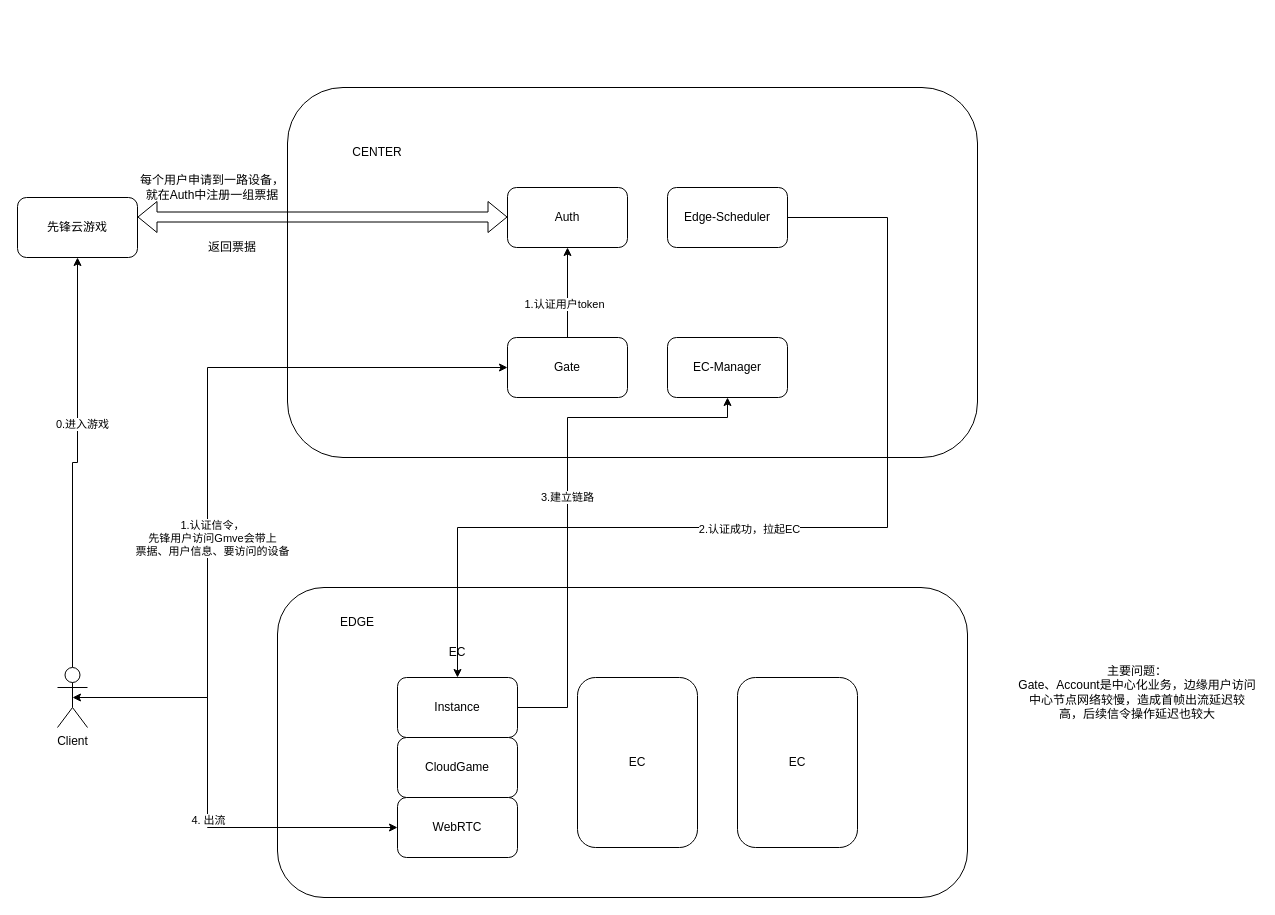
Before: 云游戏架构.drawio in furick/design, a draw.io diagram. Source tidied: cells renumbered, new cells numbered last; positions are measured from the earlier drawing's top-left corner, leaving out a move shared by most shapes. Both pictures are drawn from the tidied source at 100%, with x=0, y=0 at pixel (17, 87).
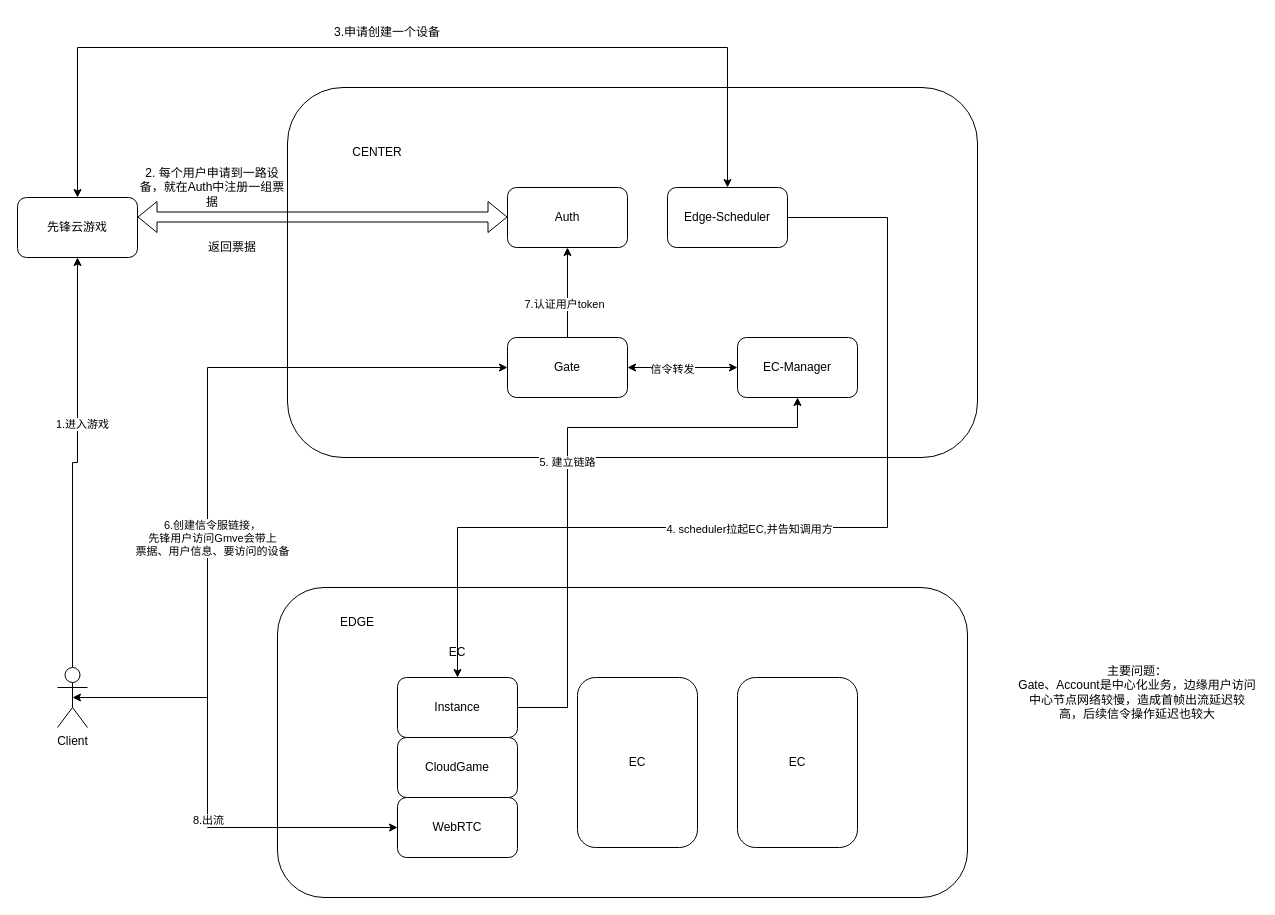
Above is the later version.

Commit message:
更新云游戏架构.drawio

The change refers to these unchanged cells:
```xml
<mxCell id="5" style="edgeStyle=orthogonalEdgeStyle;rounded=0;jettySize=auto;html=1;exitX=1;exitY=0.5;exitDx=0;exitDy=0;entryX=0.5;entryY=0;entryDx=0;entryDy=0;" parent="1" edge="1" source="7" target="14">
  <mxGeometry relative="1" as="geometry">
    <Array as="points">
      <mxPoint x="870" y="130" />
      <mxPoint x="870" y="440" />
      <mxPoint x="440" y="440" />
    </Array>
  </mxGeometry>
</mxCell>
<mxCell id="7" value="Edge-Scheduler" style="rounded=1;whiteSpace=wrap;html=1;" parent="1" vertex="1">
  <mxGeometry x="650" y="100" width="120" height="60" as="geometry" />
</mxCell>
<mxCell id="9" style="edgeStyle=orthogonalEdgeStyle;rounded=0;jettySize=auto;html=1;exitX=0.5;exitY=0;exitDx=0;exitDy=0;" parent="1" edge="1" source="11" target="4">
  <mxGeometry relative="1" as="geometry" />
</mxCell>
<mxCell id="11" value="Gate" style="rounded=1;whiteSpace=wrap;html=1;" parent="1" vertex="1">
  <mxGeometry x="490" y="250" width="120" height="60" as="geometry" />
</mxCell>
<mxCell id="14" value="Instance" style="rounded=1;whiteSpace=wrap;html=1;" parent="1" vertex="1">
  <mxGeometry x="380" y="590" width="120" height="60" as="geometry" />
</mxCell>
<mxCell id="21" style="edgeStyle=orthogonalEdgeStyle;rounded=0;jettySize=auto;html=1;exitX=0.5;exitY=0.5;exitDx=0;exitDy=0;exitPerimeter=0;entryX=0;entryY=0.5;entryDx=0;entryDy=0;startArrow=classic;startFill=1;" parent="1" edge="1" source="27" target="11">
  <mxGeometry relative="1" as="geometry">
    <Array as="points">
      <mxPoint x="190" y="610" />
      <mxPoint x="190" y="280" />
    </Array>
  </mxGeometry>
</mxCell>
<mxCell id="23" style="edgeStyle=orthogonalEdgeStyle;rounded=0;jettySize=auto;html=1;entryX=0;entryY=0.5;entryDx=0;entryDy=0;" parent="1" edge="1" source="27" target="16">
  <mxGeometry relative="1" as="geometry">
    <Array as="points">
      <mxPoint x="190" y="610" />
      <mxPoint x="190" y="740" />
    </Array>
  </mxGeometry>
</mxCell>
<mxCell id="25" style="edgeStyle=orthogonalEdgeStyle;rounded=0;jettySize=auto;html=1;exitX=0.5;exitY=0;exitDx=0;exitDy=0;exitPerimeter=0;entryX=0.5;entryY=1;entryDx=0;entryDy=0;" parent="1" edge="1" source="27" target="31">
  <mxGeometry relative="1" as="geometry" />
</mxCell>
<mxCell id="31" value="先锋云游戏" style="rounded=1;whiteSpace=wrap;html=1;" parent="1" vertex="1">
  <mxGeometry y="110" width="120" height="60" as="geometry" />
</mxCell>
```

What changed in the source:
```diff
@@
-    <mxCell id="6" value="2.认证成功，拉起EC" style="edgeLabel;html=1;align=center;verticalAlign=middle;" parent="5" vertex="1">
+    <mxCell id="6" value="4. scheduler拉起EC,并告知调用方" style="edgeLabel;html=1;align=center;verticalAlign=middle;" parent="5" vertex="1">
       <mxGeometry x="0.11" y="1" relative="1" as="geometry" />
     </mxCell>
@@
     <mxCell id="8" value="EC-Manager" style="rounded=1;whiteSpace=wrap;html=1;" parent="1" vertex="1">
-      <mxGeometry x="650" y="250" width="120" height="60" as="geometry" />
+      <mxGeometry x="720" y="250" width="120" height="60" as="geometry" />
     </mxCell>
@@
-    <mxCell id="10" value="1.认证用户token" style="edgeLabel;html=1;align=center;verticalAlign=middle;" parent="9" vertex="1">
+    <mxCell id="10" value="7.认证用户token" style="edgeLabel;html=1;align=center;verticalAlign=middle;" parent="9" vertex="1">
       <mxGeometry x="-0.24" y="4" relative="1" as="geometry" />
     </mxCell>
+    <mxCell id="33" style="edgeStyle=orthogonalEdgeStyle;rounded=0;jettySize=auto;html=1;exitX=1;exitY=0.5;exitDx=0;exitDy=0;startArrow=classic;startFill=1;" parent="1" edge="1" source="11" target="8">
+      <mxGeometry relative="1" as="geometry" />
+    </mxCell>
+    <mxCell id="34" value="信令转发" style="edgeLabel;html=1;align=center;verticalAlign=middle;" parent="33" vertex="1">
+      <mxGeometry x="-0.2" relative="1" as="geometry">
+        <mxPoint y="1" as="offset" />
+      </mxGeometry>
+    </mxCell>
@@
-    <mxCell id="13" value="3.建立链路" style="edgeStyle=orthogonalEdgeStyle;rounded=0;jettySize=auto;html=1;exitX=1;exitY=0.5;exitDx=0;exitDy=0;" parent="1" edge="1" source="14" target="8">
+    <mxCell id="13" value="5. 建立链路" style="edgeStyle=orthogonalEdgeStyle;rounded=0;jettySize=auto;html=1;exitX=1;exitY=0.5;exitDx=0;exitDy=0;entryX=0.5;entryY=1;entryDx=0;entryDy=0;" parent="1" edge="1" source="14" target="8">
       <mxGeometry relative="1" as="geometry">
         <Array as="points">
           <mxPoint x="550" y="620" />
-          <mxPoint x="550" y="330" />
-          <mxPoint x="710" y="330" />
+          <mxPoint x="550" y="340" />
+          <mxPoint x="780" y="340" />
         </Array>
       </mxGeometry>
     </mxCell>
@@
-    <mxCell id="22" value="1.认证信令，&lt;br&gt;先锋用户访问Gmve会带上&lt;br&gt;票据、用户信息、要访问的设备" style="edgeLabel;html=1;align=center;verticalAlign=middle;" parent="21" vertex="1">
+    <mxCell id="22" value="6.创建信令服链接，&lt;br&gt;先锋用户访问Gmve会带上&lt;br&gt;票据、用户信息、要访问的设备" style="edgeLabel;html=1;align=center;verticalAlign=middle;" parent="21" vertex="1">
       <mxGeometry x="-0.23" y="-4" relative="1" as="geometry" />
     </mxCell>
@@
-    <mxCell id="24" value="4. 出流" style="edgeLabel;html=1;align=center;verticalAlign=middle;" parent="23" vertex="1">
+    <mxCell id="24" value="8.出流" style="edgeLabel;html=1;align=center;verticalAlign=middle;" parent="23" vertex="1">
       <mxGeometry x="0.1" relative="1" as="geometry" />
     </mxCell>
@@
-    <mxCell id="26" value="0.进入游戏" style="edgeLabel;html=1;align=center;verticalAlign=middle;" parent="25" vertex="1">
+    <mxCell id="26" value="1.进入游戏" style="edgeLabel;html=1;align=center;verticalAlign=middle;" parent="25" vertex="1">
       <mxGeometry x="0.2" y="-4" relative="1" as="geometry" />
     </mxCell>
@@
-    <mxCell id="30" value="每个用户申请到一路设备，就在Auth中注册一组票据" style="text;html=1;strokeColor=none;fillColor=none;align=center;verticalAlign=middle;whiteSpace=wrap;rounded=0;" parent="1" vertex="1">
+    <mxCell id="30" value="2. 每个用户申请到一路设备，就在Auth中注册一组票据" style="text;html=1;strokeColor=none;fillColor=none;align=center;verticalAlign=middle;whiteSpace=wrap;rounded=0;" parent="1" vertex="1">
       <mxGeometry x="120" y="80" width="150" height="40" as="geometry" />
     </mxCell>
+    <mxCell id="35" style="edgeStyle=orthogonalEdgeStyle;rounded=0;jettySize=auto;html=1;exitX=0.5;exitY=0;exitDx=0;exitDy=0;entryX=0.5;entryY=0;entryDx=0;entryDy=0;startArrow=classic;startFill=1;" parent="1" edge="1" source="31" target="7">
+      <mxGeometry relative="1" as="geometry">
+        <Array as="points">
+          <mxPoint x="60" y="-40" />
+          <mxPoint x="710" y="-40" />
+        </Array>
+      </mxGeometry>
+    </mxCell>
@@
+    <mxCell id="36" value="3.申请创建一个设备" style="text;html=1;strokeColor=none;fillColor=none;align=center;verticalAlign=middle;whiteSpace=wrap;rounded=0;" parent="1" vertex="1">
+      <mxGeometry x="300" y="-70" width="140" height="30" as="geometry" />
+    </mxCell>
```
